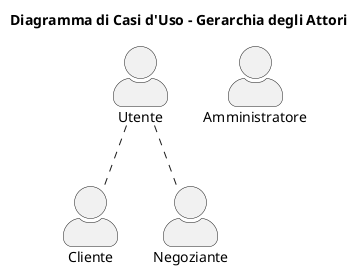
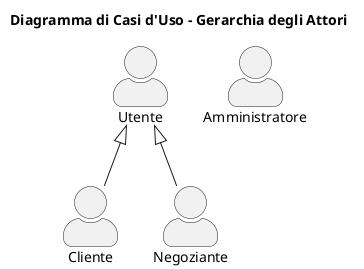
@startuml
skinparam actorStyle awesome
title Diagramma di Casi d'Uso - Gerarchia degli Attori

actor Utente
actor Cliente
actor Negoziante
actor Amministratore


- Utente .. Cliente
- Utente .. Negoziante
+ Utente <|-- Cliente
+ Utente <|-- Negoziante

- @enduml+ @enduml
